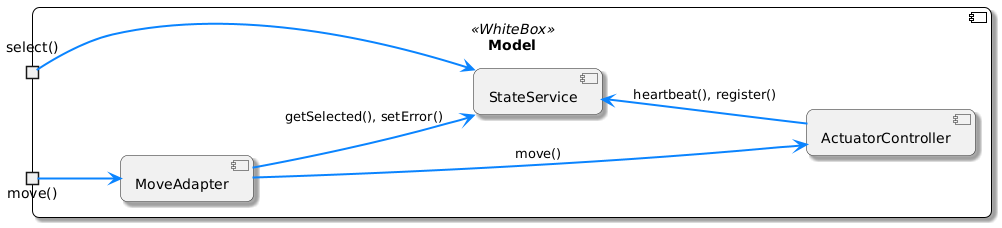
Earlier version of the PlantUML export Docs/Application/diagrams/baustein_lvl_3_model.png (DavidDao1997/VS_Praktikum-2025-SoSe).
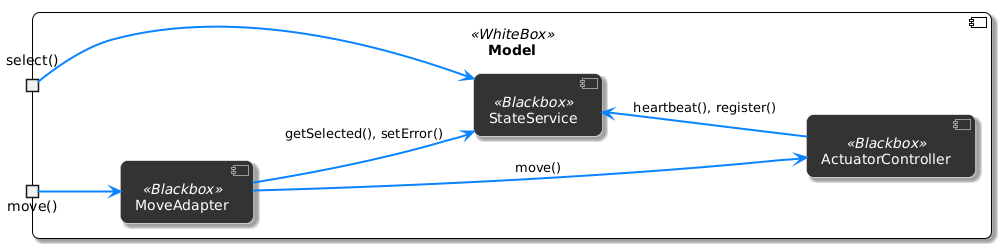
After the change.

Diff of the diagram source:
```diff
@@ -27,9 +27,9 @@
     portin "move()"   as IMove
     portin "select()" as ISelect
 
-    component MoveAdapter
-    component StateService
-    component ActuatorController
+    component MoveAdapter <<Blackbox>>
+    component StateService <<Blackbox>>
+    component ActuatorController <<Blackbox>>
 
     MoveAdapter -[hidden]down-> StateService
     StateService -[hidden]down-> ActuatorController
```
